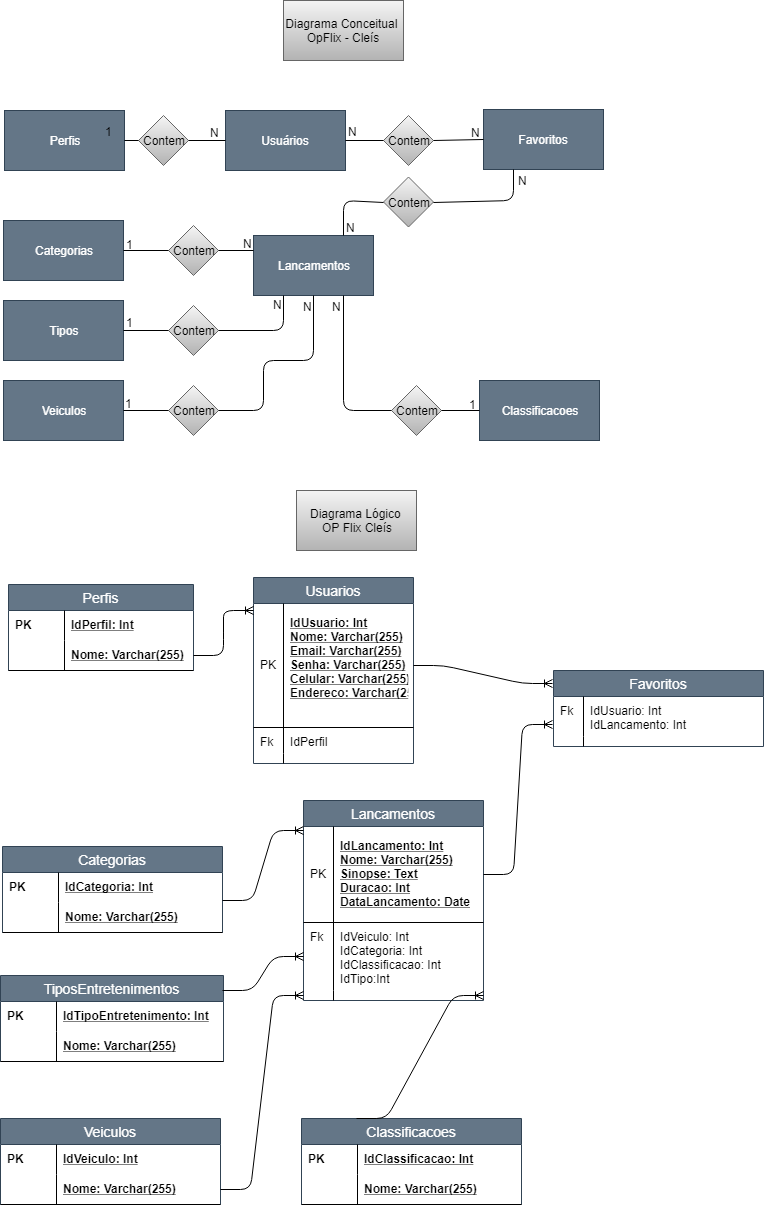
Above: M_DiagramaLogicoConceitual.png in CleAurora/2s2019-sprint-1-bd- (draw.io), before the change. Source tidied: cells renumbered, new cells last; positions are measured from the earlier drawing's top-left corner, leaving out a move shared by most shapes.
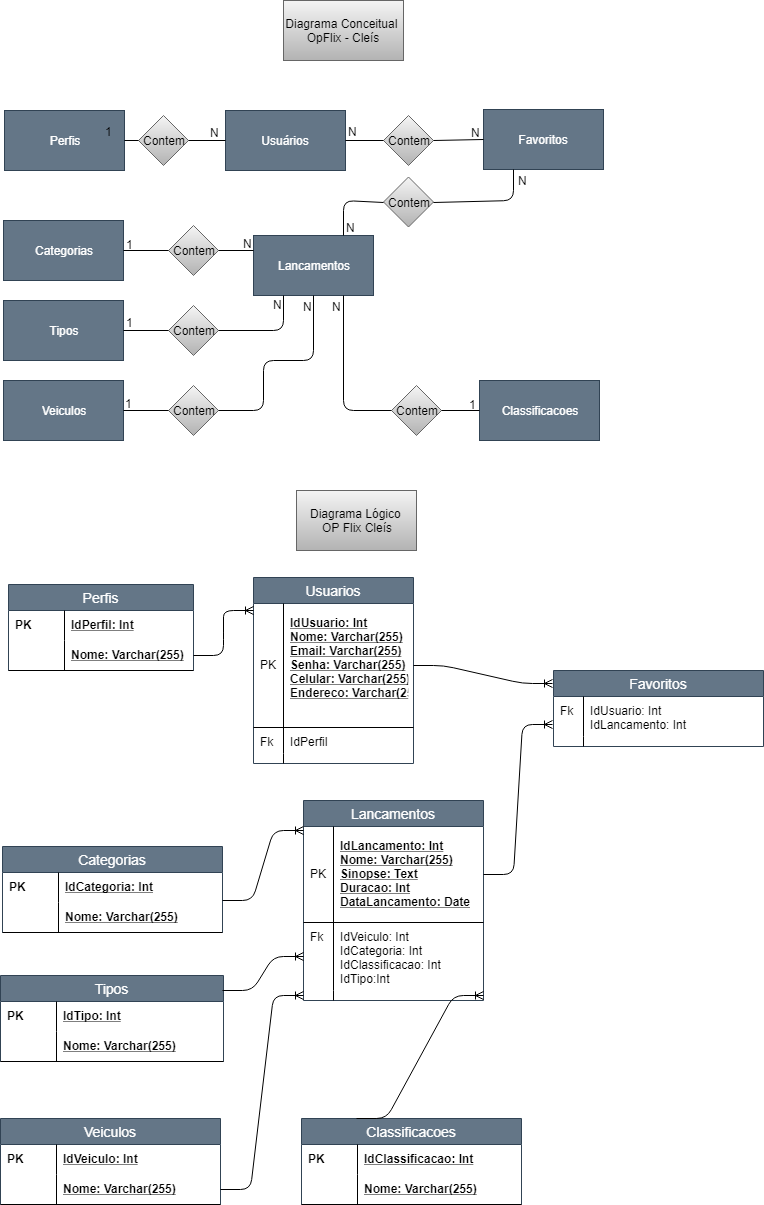
The same file after the commit.

The edit, as a diff of the source:
```diff
@@ -146,10 +146,10 @@
     <mxCell id="45" style="shape=partialRectangle;fontStyle=1;top=0;left=0;bottom=0;fillColor=none;align=left;verticalAlign=middle;spacingLeft=4;spacingRight=4;overflow=hidden;fontSize=12;" parent="44" vertex="1">
       <mxGeometry width="56" height="30" as="geometry" />
     </mxCell>
-    <mxCell id="46" value="TiposEntretenimentos" style="swimlane;fontStyle=0;horizontal=1;startSize=26;fillColor=#647687;swimlaneFillColor=#ffffff;align=center;fontSize=14;strokeColor=#314354;fontColor=#ffffff;" parent="1" vertex="1">
+    <mxCell id="46" value="Tipos" style="swimlane;fontStyle=0;horizontal=1;startSize=26;fillColor=#647687;swimlaneFillColor=#ffffff;align=center;fontSize=14;strokeColor=#314354;fontColor=#ffffff;" parent="1" vertex="1">
       <mxGeometry y="975" width="223" height="86" as="geometry" />
     </mxCell>
-    <mxCell id="47" value="IdTipoEntretenimento: Int" style="shape=partialRectangle;top=0;left=0;right=0;bottom=0;align=left;verticalAlign=middle;fillColor=none;spacingLeft=60;spacingRight=4;overflow=hidden;fontStyle=5;fontSize=12;" parent="46" vertex="1">
+    <mxCell id="47" value="IdTipo: Int" style="shape=partialRectangle;top=0;left=0;right=0;bottom=0;align=left;verticalAlign=middle;fillColor=none;spacingLeft=60;spacingRight=4;overflow=hidden;fontStyle=5;fontSize=12;" parent="46" vertex="1">
       <mxGeometry y="26" width="223" height="30" as="geometry" />
     </mxCell>
     <mxCell id="48" value="PK" style="shape=partialRectangle;fontStyle=1;top=0;left=0;bottom=0;fillColor=none;align=left;verticalAlign=middle;spacingLeft=4;spacingRight=4;overflow=hidden;fontSize=12;" parent="47" vertex="1">
```
